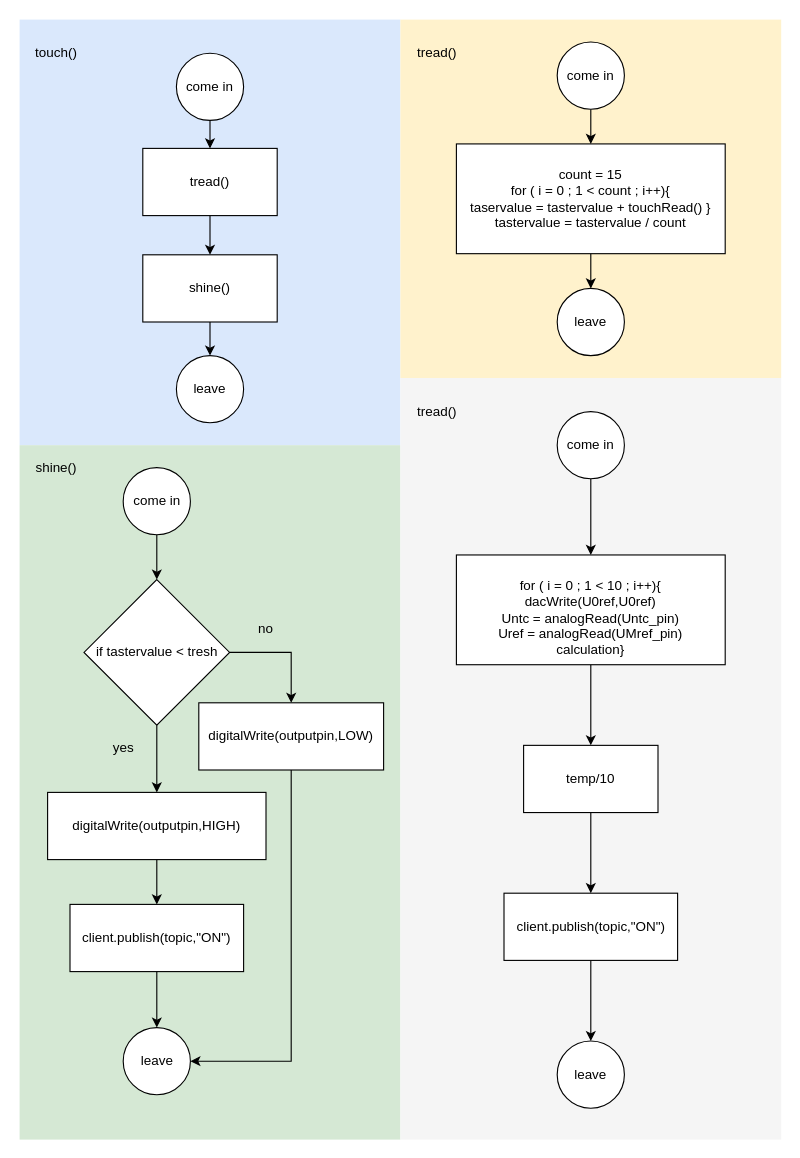
Earlier version of the draw.io diagram Fachbericht/graphics/FunktionenSensor.drawio (nussinussi/Projekt6Thesis). Source tidied: cells renumbered, new cells numbered last; positions are measured from the earlier drawing's top-left corner, leaving out a move shared by most shapes. Both pictures are drawn from the tidied source at 112%, with x=0, y=0 at pixel (19, 19).
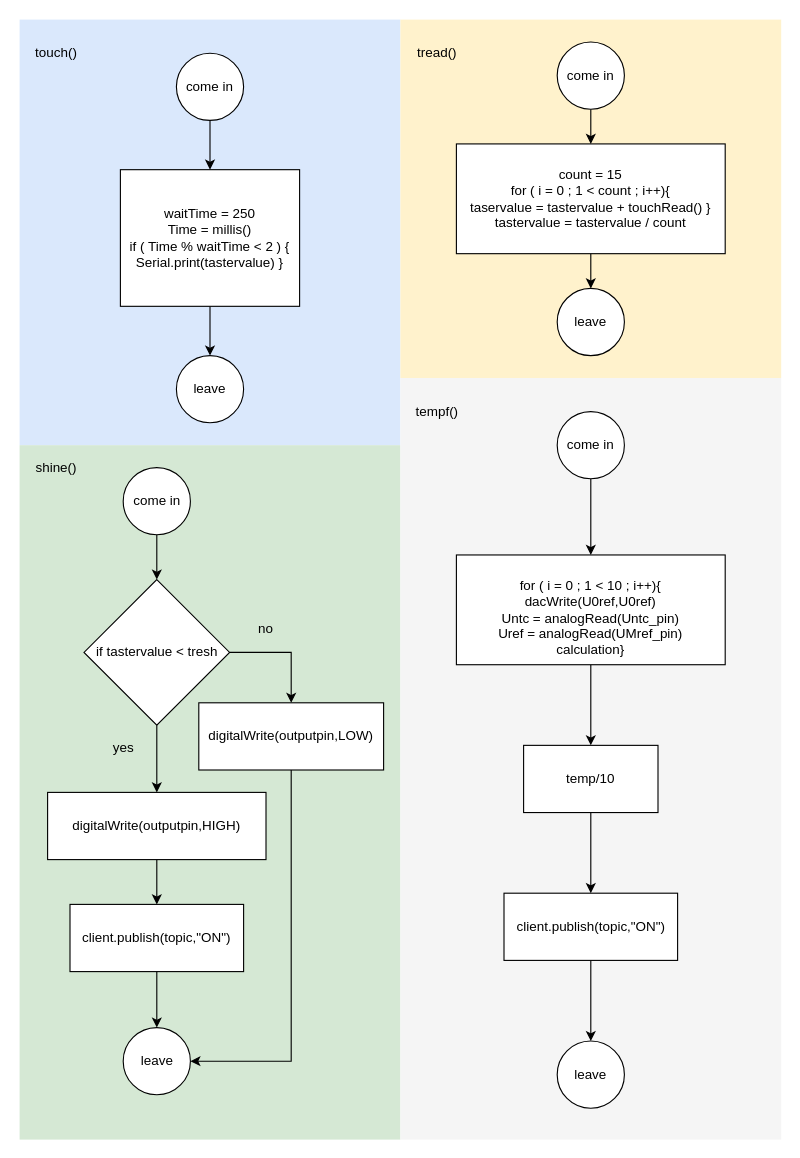
The same page after the edit.

Commit message (it also covers changes not shown here):
doku sensor software

The change refers to these unchanged cells:
```xml
<mxCell id="9" value="come in" style="ellipse;whiteSpace=wrap;html=1;fillColor=#ffffff;gradientColor=none;" parent="1" vertex="1">
  <mxGeometry x="140" y="30" width="60" height="60" as="geometry" />
</mxCell>
<mxCell id="10" value="leave" style="ellipse;whiteSpace=wrap;html=1;fillColor=#ffffff;gradientColor=none;" parent="1" vertex="1">
  <mxGeometry x="140" y="300" width="60" height="60" as="geometry" />
</mxCell>
```

What changed in the source:
```diff
@@
-    <mxCell id="4" style="edgeStyle=orthogonalEdgeStyle;rounded=0;jettySize=auto;html=1;" parent="1" edge="1" source="5" target="7">
-      <mxGeometry relative="1" as="geometry" />
-    </mxCell>
-    <mxCell id="5" value="tread()" style="rounded=0;whiteSpace=wrap;html=1;fillColor=#ffffff;gradientColor=none;" parent="1" vertex="1">
-      <mxGeometry x="110" y="115" width="120" height="60" as="geometry" />
-    </mxCell>
-    <mxCell id="6" style="edgeStyle=orthogonalEdgeStyle;rounded=0;jettySize=auto;html=1;" parent="1" edge="1" source="7" target="10">
+    <mxCell id="6" style="edgeStyle=orthogonalEdgeStyle;rounded=0;jettySize=auto;html=1;exitX=0.5;exitY=1;exitDx=0;exitDy=0;" parent="1" edge="1" source="45" target="10">
       <mxGeometry relative="1" as="geometry" />
     </mxCell>
-    <mxCell id="7" value="shine()" style="rounded=0;whiteSpace=wrap;html=1;fillColor=#ffffff;gradientColor=none;" parent="1" vertex="1">
-      <mxGeometry x="110" y="210" width="120" height="60" as="geometry" />
-    </mxCell>
-    <mxCell id="8" style="edgeStyle=orthogonalEdgeStyle;rounded=0;jettySize=auto;html=1;" parent="1" edge="1" source="9" target="5">
+    <mxCell id="8" style="edgeStyle=orthogonalEdgeStyle;rounded=0;jettySize=auto;html=1;entryX=0.5;entryY=0;entryDx=0;entryDy=0;" parent="1" edge="1" source="9" target="45">
       <mxGeometry relative="1" as="geometry" />
     </mxCell>
@@
-    <mxCell id="35" value="tread()" style="text;html=1;strokeColor=none;fillColor=none;align=center;verticalAlign=middle;whiteSpace=wrap;rounded=0;" parent="1" vertex="1">
+    <mxCell id="35" value="tempf()" style="text;html=1;strokeColor=none;fillColor=none;align=center;verticalAlign=middle;whiteSpace=wrap;rounded=0;" parent="1" vertex="1">
       <mxGeometry x="353" y="340" width="40" height="20" as="geometry" />
     </mxCell>
@@
+    <mxCell id="45" value="waitTime = 250&lt;br&gt;Time = millis()&lt;br&gt;if ( Time % waitTime &amp;lt; 2 ) {&lt;br&gt;Serial.print(tastervalue) }" style="rounded=0;whiteSpace=wrap;html=1;" parent="1" vertex="1">
+      <mxGeometry x="90" y="134" width="160" height="122" as="geometry" />
+    </mxCell>
```
